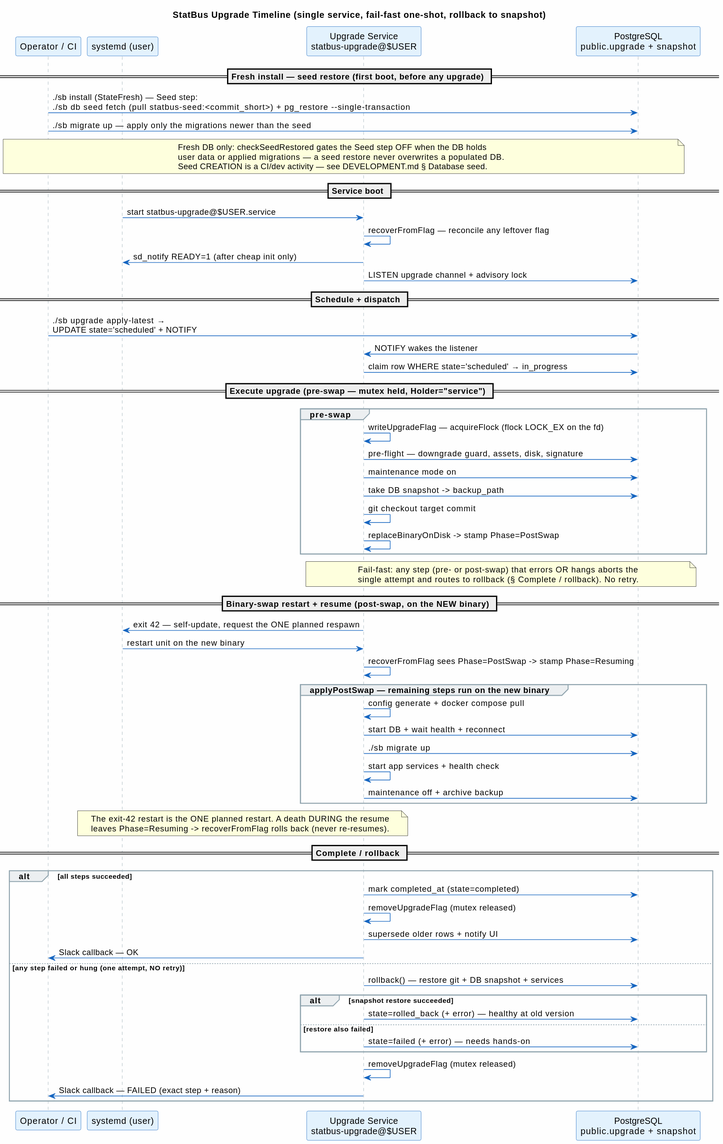
This is doc/diagrams/upgrade-timeline.svg from statisticsnorway/statbus, a PlantUML export, as it was before one commit.
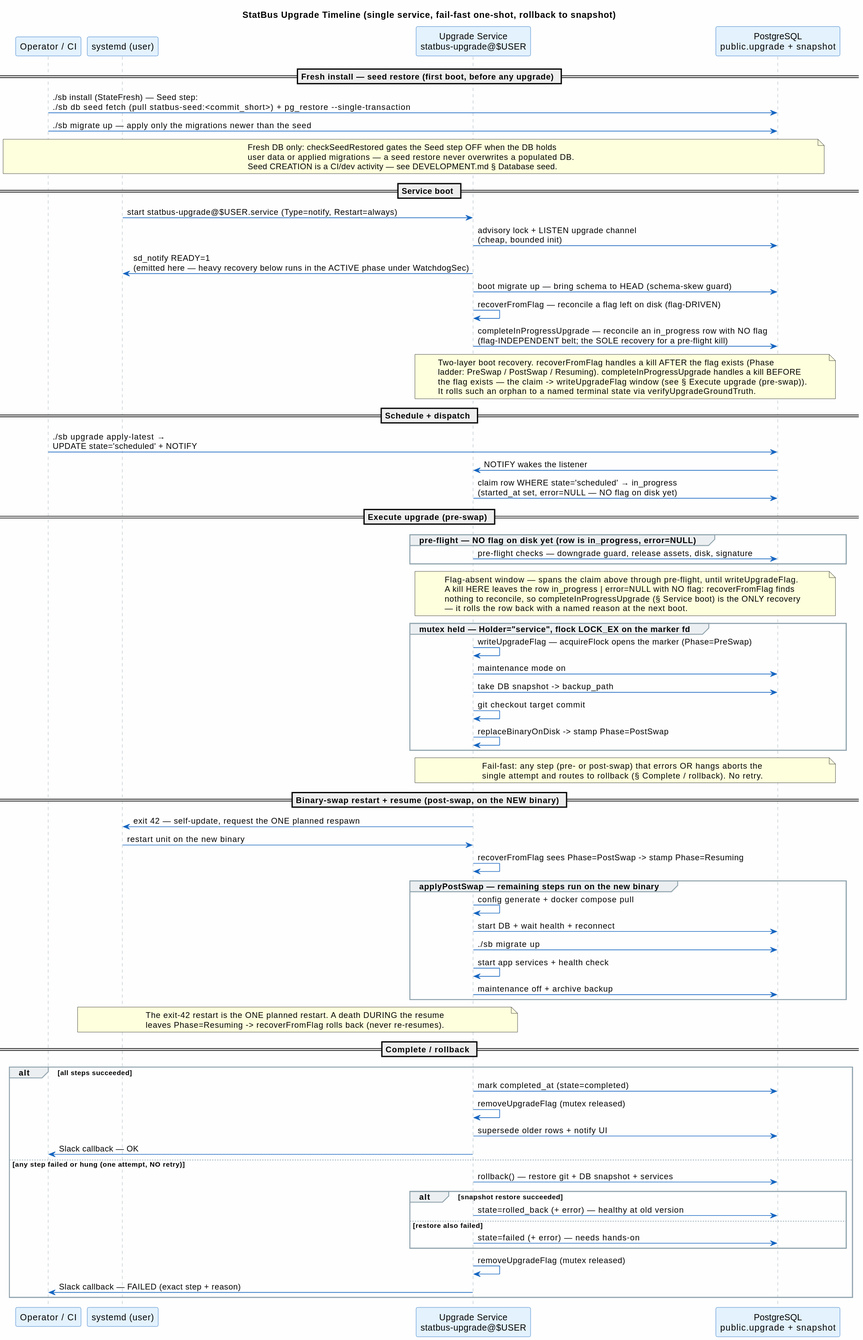
Later version of the same file.

Commit message:
doc: draw the pre-flight flag-absent window + its flag-independent recovery

The edit, as a diff of the source:
```diff
@@ -26,20 +26,36 @@
 end note
 
 == Service boot ==
-systemd -> service : start statbus-upgrade@$USER.service
-service -> service : recoverFromFlag — reconcile any leftover flag
-service -> systemd : sd_notify READY=1 (after cheap init only)
-service -> db : LISTEN upgrade channel + advisory lock
+systemd -> service : start statbus-upgrade@$USER.service (Type=notify, Restart=always)
+service -> db : advisory lock + LISTEN upgrade channel\n(cheap, bounded init)
+service -> systemd : sd_notify READY=1\n(emitted here — heavy recovery below runs in the ACTIVE phase under WatchdogSec)
+service -> db : boot migrate up — bring schema to HEAD (schema-skew guard)
+service -> service : recoverFromFlag — reconcile a flag left on disk (flag-DRIVEN)
+service -> db : completeInProgressUpgrade — reconcile an in_progress row with NO flag\n(flag-INDEPENDENT belt; the SOLE recovery for a pre-flight kill)
+note over service, db
+  Two-layer boot recovery. recoverFromFlag handles a kill AFTER the flag exists (Phase
+  ladder: PreSwap / PostSwap / Resuming). completeInProgressUpgrade handles a kill BEFORE
+  the flag exists — the claim -> writeUpgradeFlag window (see § Execute upgrade (pre-swap)).
+  It rolls such an orphan to a named terminal state via verifyUpgradeGroundTruth.
+end note
 
 == Schedule + dispatch ==
 cici -> db : ./sb upgrade apply-latest →\nUPDATE state='scheduled' + NOTIFY
 db -> service : NOTIFY wakes the listener
-service -> db : claim row WHERE state='scheduled' → in_progress
+service -> db : claim row WHERE state='scheduled' → in_progress\n(started_at set, error=NULL — NO flag on disk yet)
 
-== Execute upgrade (pre-swap — mutex held, Holder="service") ==
-group pre-swap
-    service -> service : writeUpgradeFlag — acquireFlock (flock LOCK_EX on the fd)
-    service -> db : pre-flight — downgrade guard, assets, disk, signature
+== Execute upgrade (pre-swap) ==
+group pre-flight — NO flag on disk yet (row is in_progress, error=NULL)
+    service -> db : pre-flight checks — downgrade guard, release assets, disk, signature
+end
+note over service, db
+  Flag-absent window — spans the claim above through pre-flight, until writeUpgradeFlag.
+  A kill HERE leaves the row in_progress | error=NULL with NO flag: recoverFromFlag finds
+  nothing to reconcile, so completeInProgressUpgrade (§ Service boot) is the ONLY recovery
+  — it rolls the row back with a named reason at the next boot.
+end note
+group mutex held — Holder="service", flock LOCK_EX on the marker fd
+    service -> service : writeUpgradeFlag — acquireFlock opens the marker (Phase=PreSwap)
     service -> db : maintenance mode on
     service -> db : take DB snapshot -> backup_path
     service -> service : git checkout target commit
```
